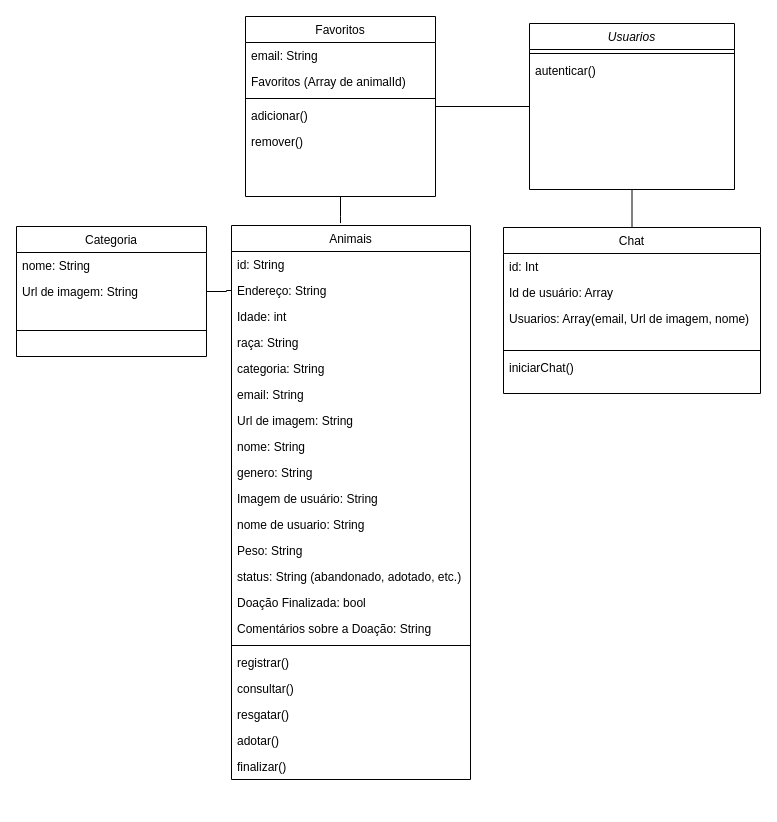
This is Diagrama de classe.drawio from JoaoGans/DRAW.tcc, a draw.io file, before an edit. Source tidied: cells renumbered, new cells numbered last; positions are measured from the earlier drawing's top-left corner, leaving out a move shared by most shapes. Both pictures are drawn from the tidied source at 100%, with x=0, y=0 at pixel (16, 16).
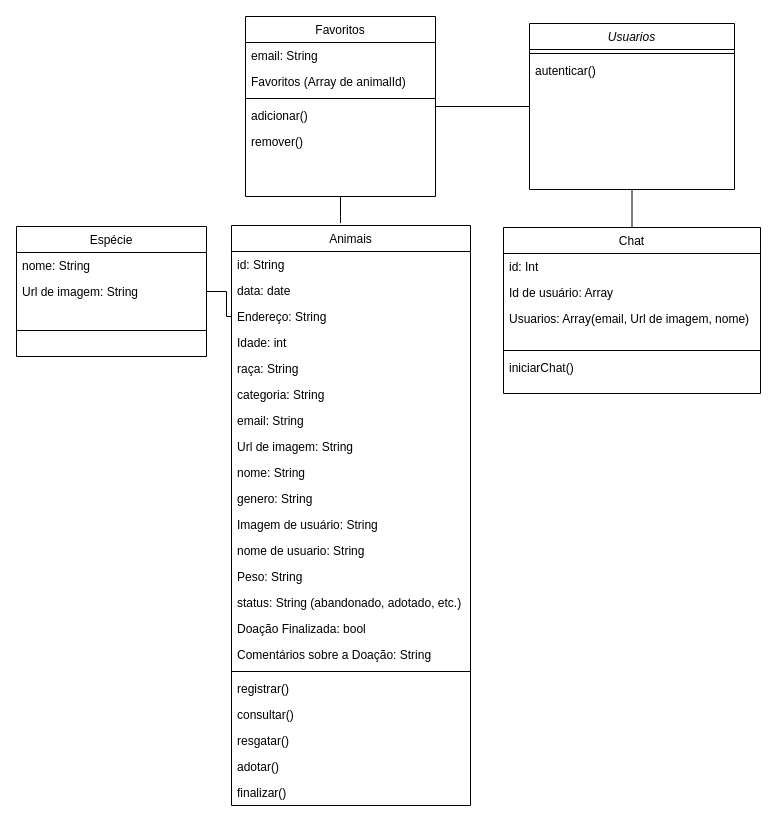
The same diagram, later.

Change to the diagram source:
```diff
@@
     <mxCell id="18" value="Animais" style="swimlane;fontStyle=0;align=center;verticalAlign=top;horizontal=1;startSize=26;rounded=0;shadow=0;strokeWidth=1;" parent="1" vertex="1">
-      <mxGeometry x="215" y="209" width="239" height="554" as="geometry" />
+      <mxGeometry x="215" y="209" width="239" height="580" as="geometry" />
     </mxCell>
@@
+    <mxCell id="47" value="data: date&#10;" style="text;align=left;verticalAlign=top;spacingLeft=4;spacingRight=4;overflow=hidden;rounded=0;shadow=0;html=0;" parent="18" vertex="1">
+      <mxGeometry y="52" width="239" height="26" as="geometry" />
+    </mxCell>
     <mxCell id="20" value="Endereço: String" style="text;align=left;verticalAlign=top;spacingLeft=4;spacingRight=4;overflow=hidden;points=[[0,0.5],[1,0.5]];portConstraint=eastwest;rounded=0;shadow=0;html=0;" parent="18" vertex="1">
-      <mxGeometry y="52" width="239" height="26" as="geometry" />
+      <mxGeometry y="78" width="239" height="26" as="geometry" />
     </mxCell>
     <mxCell id="21" value="Idade: int&#10;" style="text;align=left;verticalAlign=top;spacingLeft=4;spacingRight=4;overflow=hidden;rounded=0;shadow=0;html=0;" parent="18" vertex="1">
-      <mxGeometry y="78" width="239" height="26" as="geometry" />
+      <mxGeometry y="104" width="239" height="26" as="geometry" />
     </mxCell>
     <mxCell id="22" value="raça: String &#10;" style="text;align=left;verticalAlign=top;spacingLeft=4;spacingRight=4;overflow=hidden;rounded=0;shadow=0;html=0;" parent="18" vertex="1">
-      <mxGeometry y="104" width="239" height="26" as="geometry" />
+      <mxGeometry y="130" width="239" height="26" as="geometry" />
     </mxCell>
     <mxCell id="23" value="categoria: String &#10;" style="text;align=left;verticalAlign=top;spacingLeft=4;spacingRight=4;overflow=hidden;rounded=0;shadow=0;html=0;" parent="18" vertex="1">
-      <mxGeometry y="130" width="239" height="26" as="geometry" />
+      <mxGeometry y="156" width="239" height="26" as="geometry" />
     </mxCell>
     <mxCell id="24" value="email: String &#10;" style="text;align=left;verticalAlign=top;spacingLeft=4;spacingRight=4;overflow=hidden;rounded=0;shadow=0;html=0;" parent="18" vertex="1">
-      <mxGeometry y="156" width="239" height="26" as="geometry" />
+      <mxGeometry y="182" width="239" height="26" as="geometry" />
     </mxCell>
     <mxCell id="25" value="Url de imagem: String &#10;" style="text;align=left;verticalAlign=top;spacingLeft=4;spacingRight=4;overflow=hidden;rounded=0;shadow=0;html=0;" parent="18" vertex="1">
-      <mxGeometry y="182" width="239" height="26" as="geometry" />
+      <mxGeometry y="208" width="239" height="26" as="geometry" />
     </mxCell>
     <mxCell id="26" value="nome: String &#10;" style="text;align=left;verticalAlign=top;spacingLeft=4;spacingRight=4;overflow=hidden;rounded=0;shadow=0;html=0;" parent="18" vertex="1">
-      <mxGeometry y="208" width="239" height="26" as="geometry" />
+      <mxGeometry y="234" width="239" height="26" as="geometry" />
     </mxCell>
     <mxCell id="27" value="genero: String &#10;" style="text;align=left;verticalAlign=top;spacingLeft=4;spacingRight=4;overflow=hidden;rounded=0;shadow=0;html=0;" parent="18" vertex="1">
-      <mxGeometry y="234" width="239" height="26" as="geometry" />
+      <mxGeometry y="260" width="239" height="26" as="geometry" />
     </mxCell>
     <mxCell id="28" value="Imagem de usuário: String &#10;" style="text;align=left;verticalAlign=top;spacingLeft=4;spacingRight=4;overflow=hidden;rounded=0;shadow=0;html=0;" parent="18" vertex="1">
-      <mxGeometry y="260" width="239" height="26" as="geometry" />
+      <mxGeometry y="286" width="239" height="26" as="geometry" />
     </mxCell>
     <mxCell id="29" value="nome de usuario: String &#10;" style="text;align=left;verticalAlign=top;spacingLeft=4;spacingRight=4;overflow=hidden;rounded=0;shadow=0;html=0;" parent="18" vertex="1">
-      <mxGeometry y="286" width="239" height="26" as="geometry" />
+      <mxGeometry y="312" width="239" height="26" as="geometry" />
     </mxCell>
     <mxCell id="30" value="Peso: String &#10;" style="text;align=left;verticalAlign=top;spacingLeft=4;spacingRight=4;overflow=hidden;rounded=0;shadow=0;html=0;" parent="18" vertex="1">
-      <mxGeometry y="312" width="239" height="26" as="geometry" />
+      <mxGeometry y="338" width="239" height="26" as="geometry" />
     </mxCell>
     <mxCell id="31" value="status: String (abandonado, adotado, etc.) &#10;" style="text;align=left;verticalAlign=top;spacingLeft=4;spacingRight=4;overflow=hidden;rounded=0;shadow=0;html=0;" parent="18" vertex="1">
-      <mxGeometry y="338" width="239" height="26" as="geometry" />
+      <mxGeometry y="364" width="239" height="26" as="geometry" />
     </mxCell>
     <mxCell id="32" value="Doação Finalizada: bool&#10; &#10;" style="text;align=left;verticalAlign=top;spacingLeft=4;spacingRight=4;overflow=hidden;rounded=0;shadow=0;html=0;" parent="18" vertex="1">
-      <mxGeometry y="364" width="239" height="26" as="geometry" />
+      <mxGeometry y="390" width="239" height="26" as="geometry" />
     </mxCell>
     <mxCell id="33" value="Comentários sobre a Doação: String&#10; &#10;" style="text;align=left;verticalAlign=top;spacingLeft=4;spacingRight=4;overflow=hidden;rounded=0;shadow=0;html=0;" parent="18" vertex="1">
-      <mxGeometry y="390" width="239" height="26" as="geometry" />
+      <mxGeometry y="416" width="239" height="26" as="geometry" />
     </mxCell>
     <mxCell id="34" style="line;html=1;strokeWidth=1;align=left;verticalAlign=middle;spacingTop=-1;spacingLeft=3;spacingRight=3;labelPosition=right;" parent="18" vertex="1">
-      <mxGeometry y="416" width="239" height="8" as="geometry" />
+      <mxGeometry y="442" width="239" height="8" as="geometry" />
     </mxCell>
     <mxCell id="35" value="registrar() &#10;" style="text;align=left;verticalAlign=top;spacingLeft=4;spacingRight=4;overflow=hidden;rounded=0;shadow=0;html=0;" parent="18" vertex="1">
-      <mxGeometry y="424" width="239" height="26" as="geometry" />
+      <mxGeometry y="450" width="239" height="26" as="geometry" />
     </mxCell>
     <mxCell id="36" value="consultar() &#10;" style="text;align=left;verticalAlign=top;spacingLeft=4;spacingRight=4;overflow=hidden;rounded=0;shadow=0;html=0;" parent="18" vertex="1">
-      <mxGeometry y="450" width="239" height="26" as="geometry" />
+      <mxGeometry y="476" width="239" height="26" as="geometry" />
     </mxCell>
     <mxCell id="37" value="resgatar() &#10;" style="text;align=left;verticalAlign=top;spacingLeft=4;spacingRight=4;overflow=hidden;rounded=0;shadow=0;html=0;" parent="18" vertex="1">
-      <mxGeometry y="476" width="239" height="26" as="geometry" />
+      <mxGeometry y="502" width="239" height="26" as="geometry" />
     </mxCell>
     <mxCell id="38" value="adotar() &#10;" style="text;align=left;verticalAlign=top;spacingLeft=4;spacingRight=4;overflow=hidden;rounded=0;shadow=0;html=0;" parent="18" vertex="1">
-      <mxGeometry y="502" width="239" height="26" as="geometry" />
+      <mxGeometry y="528" width="239" height="26" as="geometry" />
     </mxCell>
     <mxCell id="39" value="finalizar() &#10;" style="text;align=left;verticalAlign=top;spacingLeft=4;spacingRight=4;overflow=hidden;rounded=0;shadow=0;html=0;" parent="18" vertex="1">
-      <mxGeometry y="528" width="239" height="26" as="geometry" />
+      <mxGeometry y="554" width="239" height="26" as="geometry" />
     </mxCell>
@@
-    <mxCell id="42" value="Categoria" style="swimlane;fontStyle=0;align=center;verticalAlign=top;horizontal=1;startSize=26;rounded=0;shadow=0;strokeWidth=1;" parent="1" vertex="1">
+    <mxCell id="42" value="Espécie" style="swimlane;fontStyle=0;align=center;verticalAlign=top;horizontal=1;startSize=26;rounded=0;shadow=0;strokeWidth=1;" parent="1" vertex="1">
       <mxGeometry y="210" width="190" height="130" as="geometry" />
     </mxCell>
```
